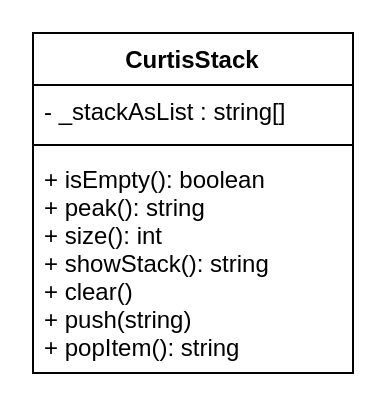
Emmanuel-Fofeyin/ICS4U-Unit2-04-Typescript keeps this draw.io diagram as design/EmmanuelStack.drawio. Above is the earlier version. Source tidied: cells renumbered, new cells numbered last; positions are measured from the earlier drawing's top-left corner, leaving out a move shared by most shapes. Both pictures are drawn from the tidied source at 200%, with x=0, y=0 at pixel (32, 32).
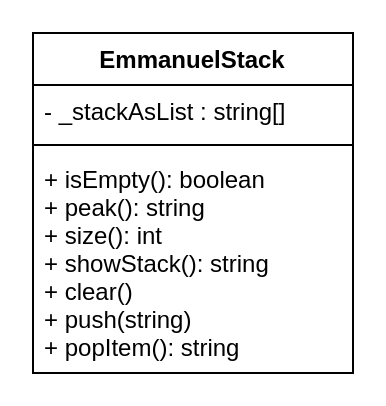
After the change.

Diff of the diagram source:
```diff
@@
 <mxGraphModel>
   <root>
     <mxCell id="0" />
     <mxCell id="1" parent="0" />
-    <mxCell id="2" value="CurtisStack" style="swimlane;fontStyle=1;align=center;verticalAlign=top;horizontal=1;startSize=26;" parent="1" vertex="1">
+    <mxCell id="2" value="EmmanuelStack" style="swimlane;fontStyle=1;align=center;verticalAlign=top;horizontal=1;startSize=26;" parent="1" vertex="1">
       <mxGeometry width="160" height="170" as="geometry" />
     </mxCell>
     <mxCell id="3" value="- _stackAsList : string[]" style="text;strokeColor=none;fillColor=none;align=left;verticalAlign=top;spacingLeft=4;spacingRight=4;overflow=hidden;" parent="2" vertex="1">
       <mxGeometry y="26" width="160" height="26" as="geometry" />
     </mxCell>
     <mxCell id="4" style="line;strokeWidth=1;fillColor=none;align=left;verticalAlign=middle;spacingTop=-1;spacingLeft=3;spacingRight=3;labelPosition=right;strokeColor=inherit;" parent="2" vertex="1">
       <mxGeometry y="52" width="160" height="8" as="geometry" />
     </mxCell>
     <mxCell id="5" value="+ isEmpty(): boolean&#10;+ peak(): string&#10;+ size(): int&#10;+ showStack(): string&#10;+ clear()&#10;+ push(string)&#10;+ popItem(): string" style="text;strokeColor=none;fillColor=none;align=left;verticalAlign=top;spacingLeft=4;spacingRight=4;overflow=hidden;" parent="2" vertex="1">
       <mxGeometry y="60" width="160" height="110" as="geometry" />
     </mxCell>
   </root>
 </mxGraphModel>
```
